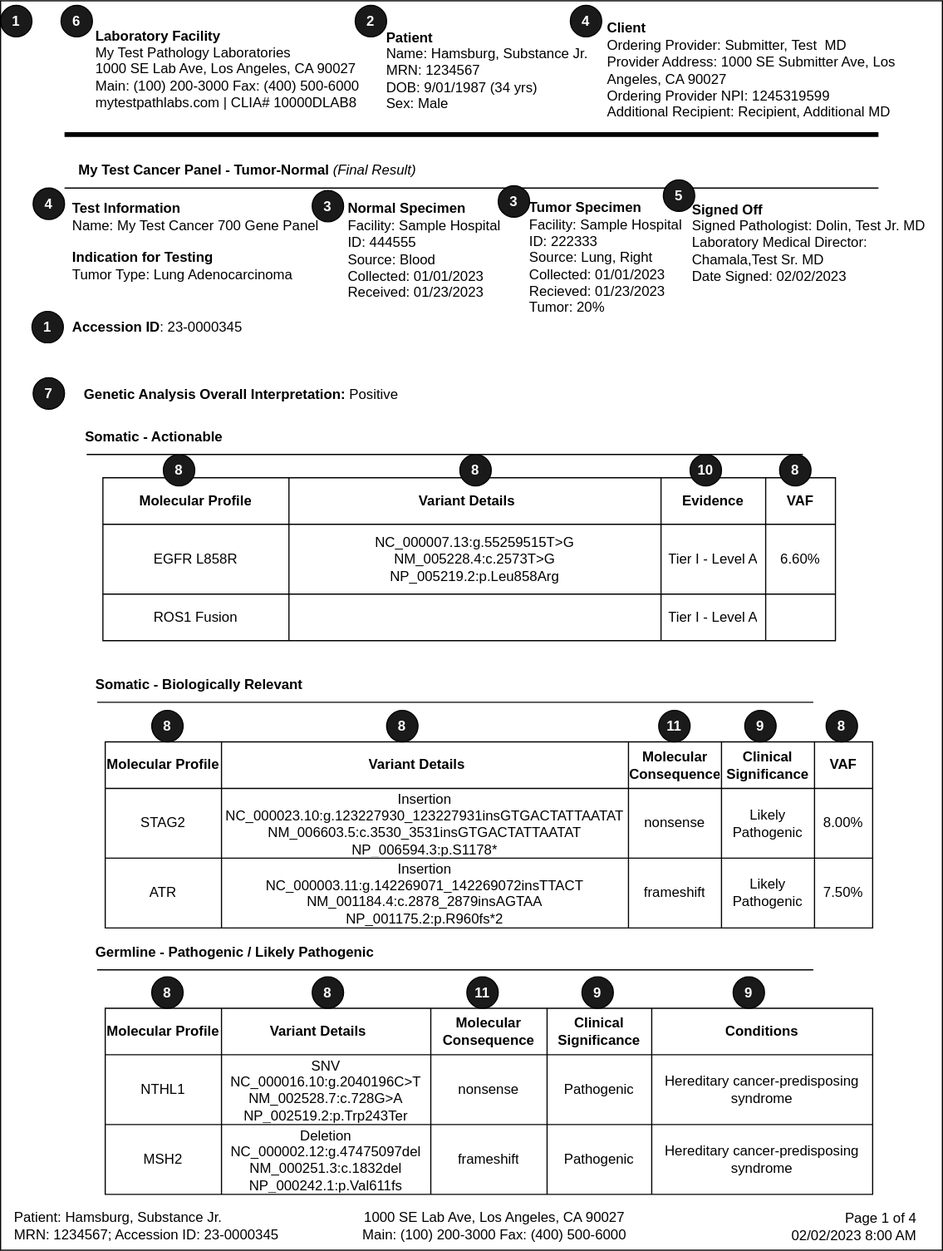
Before: input/images/Report_Page1.svg, a diagram exported from draw.io (HL7/genomics-reporting). Source tidied: cells renumbered, new cells last; positions are measured from the earlier drawing's top-left corner, leaving out a move shared by most shapes.
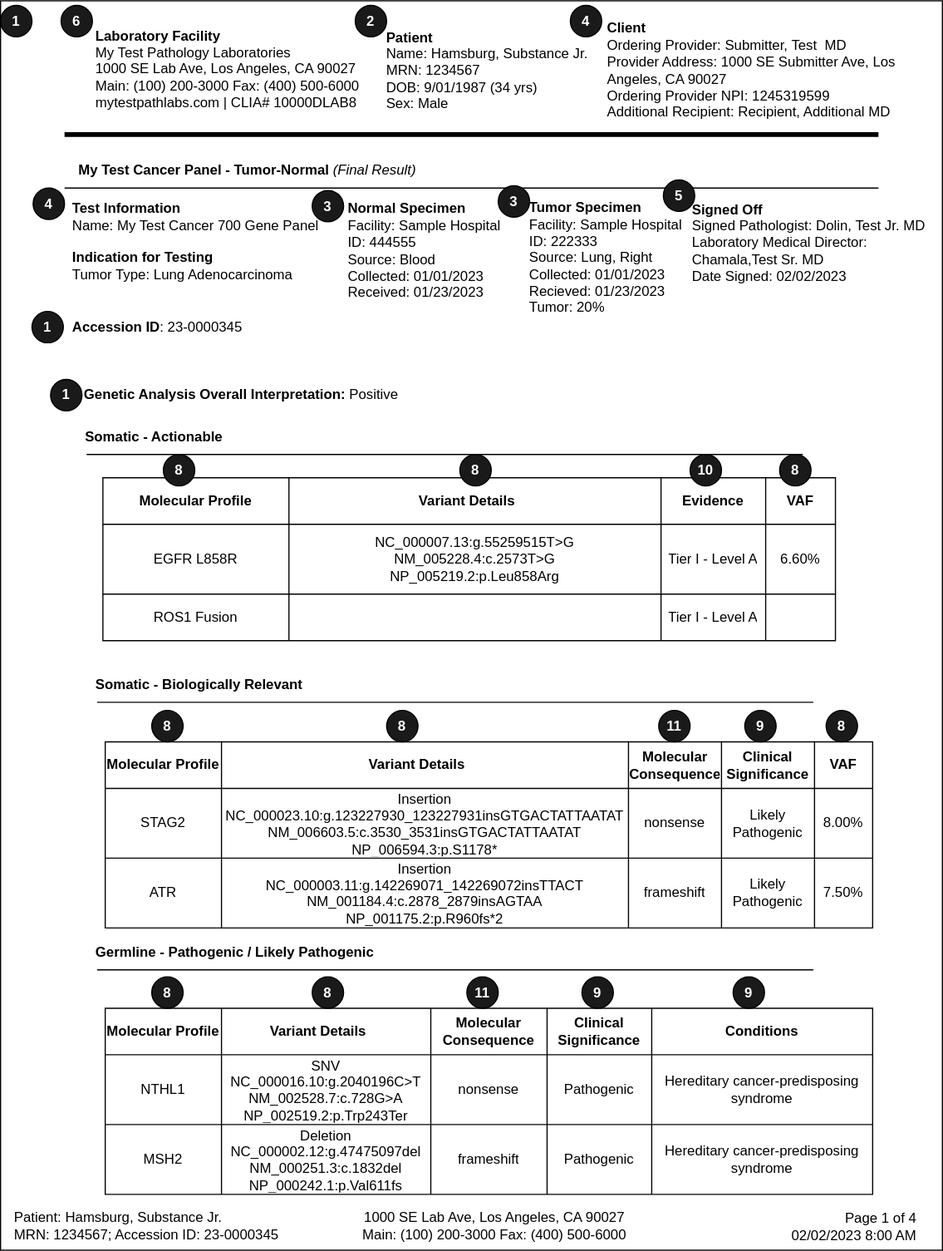
After the commit.

What changed in the source:
```diff
@@ -272,9 +272,6 @@
     <mxCell id="87" value="&lt;font color=&quot;#ffffff&quot; style=&quot;font-size: 12px;&quot;&gt;&lt;b&gt;1&lt;/b&gt;&lt;/font&gt;" style="ellipse;whiteSpace=wrap;html=1;fillColor=#1A1A1A;direction=south;" parent="1" vertex="1">
       <mxGeometry x="27" y="267" width="27" height="27" as="geometry" />
     </mxCell>
-    <mxCell id="88" value="&lt;font color=&quot;#ffffff&quot; style=&quot;font-size: 12px;&quot;&gt;&lt;b&gt;7&lt;/b&gt;&lt;/font&gt;" style="ellipse;whiteSpace=wrap;html=1;fillColor=#1A1A1A;direction=south;" parent="1" vertex="1">
-      <mxGeometry x="28" y="324" width="27" height="27" as="geometry" />
-    </mxCell>
     <mxCell id="89" value="&lt;font color=&quot;#ffffff&quot; style=&quot;font-size: 12px;&quot;&gt;&lt;b&gt;8&lt;/b&gt;&lt;/font&gt;" style="ellipse;whiteSpace=wrap;html=1;fillColor=#1A1A1A;direction=south;" parent="1" vertex="1">
       <mxGeometry x="140" y="390" width="27" height="27" as="geometry" />
     </mxCell>
@@ -320,5 +317,8 @@
     <mxCell id="103" value="&lt;font color=&quot;#ffffff&quot;&gt;&lt;b&gt;5&lt;/b&gt;&lt;/font&gt;" style="ellipse;whiteSpace=wrap;html=1;fillColor=#1A1A1A;direction=south;" parent="1" vertex="1">
       <mxGeometry x="570" y="154" width="27" height="27" as="geometry" />
     </mxCell>
+    <mxCell id="104" value="&lt;font color=&quot;#ffffff&quot; style=&quot;font-size: 12px;&quot;&gt;&lt;b&gt;1&lt;/b&gt;&lt;/font&gt;" style="ellipse;whiteSpace=wrap;html=1;fillColor=#1A1A1A;direction=south;" parent="1" vertex="1">
+      <mxGeometry x="43" y="325.5" width="27" height="27" as="geometry" />
+    </mxCell>
   </root>
 </mxGraphModel>
```
